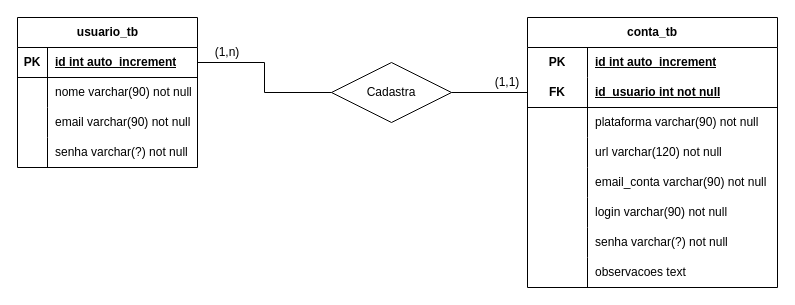
The draw.io diagram doc/der.drawio in Samuelsn28/Jerico, before the edit. Source tidied: cells renumbered, new cells numbered last; positions are measured from the earlier drawing's top-left corner, leaving out a move shared by most shapes. Both pictures are drawn from the tidied source at 100%, with x=0, y=0 at pixel (17, 17).
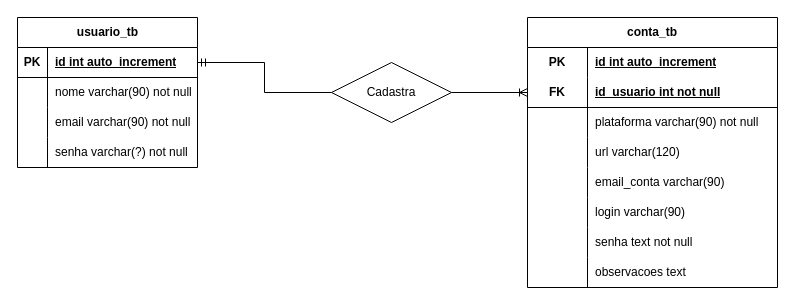
After the change.

Commit message:
Corrigindo formatação

The change refers to these unchanged cells:
```xml
<mxCell id="3" style="shape=tableRow;horizontal=0;startSize=0;swimlaneHead=0;swimlaneBody=0;fillColor=none;points=[[0,0.5],[1,0.5]];portConstraint=eastwest;top=0;left=0;right=0;bottom=1;" parent="2" vertex="1">
  <mxGeometry y="30" width="180" height="30" as="geometry" />
</mxCell>
<mxCell id="19" style="shape=tableRow;horizontal=0;startSize=0;swimlaneHead=0;swimlaneBody=0;fillColor=none;points=[[0,0.5],[1,0.5]];portConstraint=eastwest;top=0;left=0;right=0;bottom=1;html=1;" parent="15" vertex="1">
  <mxGeometry y="60" width="250" height="30" as="geometry" />
</mxCell>
<mxCell id="25" style="shape=tableRow;horizontal=0;startSize=0;swimlaneHead=0;swimlaneBody=0;fillColor=none;top=0;left=0;right=0;bottom=0;html=1;" parent="15" vertex="1">
  <mxGeometry y="120" width="250" height="30" as="geometry" />
</mxCell>
<mxCell id="28" style="shape=tableRow;horizontal=0;startSize=0;swimlaneHead=0;swimlaneBody=0;fillColor=none;top=0;left=0;right=0;bottom=0;html=1;" parent="15" vertex="1">
  <mxGeometry y="150" width="250" height="30" as="geometry" />
</mxCell>
<mxCell id="31" style="shape=tableRow;horizontal=0;startSize=0;swimlaneHead=0;swimlaneBody=0;fillColor=none;top=0;left=0;right=0;bottom=0;html=1;" parent="15" vertex="1">
  <mxGeometry y="180" width="250" height="30" as="geometry" />
</mxCell>
<mxCell id="34" style="shape=tableRow;horizontal=0;startSize=0;swimlaneHead=0;swimlaneBody=0;fillColor=none;top=0;left=0;right=0;bottom=0;html=1;" parent="15" vertex="1">
  <mxGeometry y="210" width="250" height="30" as="geometry" />
</mxCell>
<mxCell id="41" value="Cadastra" style="shape=rhombus;perimeter=rhombusPerimeter;whiteSpace=wrap;html=1;align=center;" parent="1" vertex="1">
  <mxGeometry x="314" y="45" width="120" height="60" as="geometry" />
</mxCell>
```

Diff of the diagram source:
```diff
@@
-    <mxCell id="27" value="url varchar(120) not null" style="shape=partialRectangle;fillColor=none;top=0;left=0;bottom=0;right=0;align=left;spacingLeft=6;overflow=hidden;html=1;whiteSpace=wrap;" parent="25" vertex="1">
+    <mxCell id="27" value="url varchar(120)" style="shape=partialRectangle;fillColor=none;top=0;left=0;bottom=0;right=0;align=left;spacingLeft=6;overflow=hidden;html=1;whiteSpace=wrap;" parent="25" vertex="1">
       <mxGeometry x="60" width="190" height="30" as="geometry" />
     </mxCell>
@@
-    <mxCell id="30" value="email_conta varchar(90) not null" style="shape=partialRectangle;fillColor=none;top=0;left=0;bottom=0;right=0;align=left;spacingLeft=6;overflow=hidden;html=1;whiteSpace=wrap;" parent="28" vertex="1">
+    <mxCell id="30" value="email_conta varchar(90)" style="shape=partialRectangle;fillColor=none;top=0;left=0;bottom=0;right=0;align=left;spacingLeft=6;overflow=hidden;html=1;whiteSpace=wrap;" parent="28" vertex="1">
       <mxGeometry x="60" width="190" height="30" as="geometry" />
     </mxCell>
@@
-    <mxCell id="33" value="login varchar(90) not null" style="shape=partialRectangle;fillColor=none;top=0;left=0;bottom=0;right=0;align=left;spacingLeft=6;overflow=hidden;html=1;whiteSpace=wrap;" parent="31" vertex="1">
+    <mxCell id="33" value="login varchar(90)" style="shape=partialRectangle;fillColor=none;top=0;left=0;bottom=0;right=0;align=left;spacingLeft=6;overflow=hidden;html=1;whiteSpace=wrap;" parent="31" vertex="1">
       <mxGeometry x="60" width="190" height="30" as="geometry" />
     </mxCell>
@@
-    <mxCell id="36" value="senha varchar(?) not null" style="shape=partialRectangle;fillColor=none;top=0;left=0;bottom=0;right=0;align=left;spacingLeft=6;overflow=hidden;html=1;whiteSpace=wrap;" parent="34" vertex="1">
+    <mxCell id="36" value="senha text not null" style="shape=partialRectangle;fillColor=none;top=0;left=0;bottom=0;right=0;align=left;spacingLeft=6;overflow=hidden;html=1;whiteSpace=wrap;" parent="34" vertex="1">
       <mxGeometry x="60" width="190" height="30" as="geometry" />
     </mxCell>
@@
-    <mxCell id="40" style="edgeStyle=orthogonalEdgeStyle;rounded=0;jettySize=auto;html=1;exitX=1;exitY=0.5;exitDx=0;exitDy=0;entryX=0;entryY=0.5;entryDx=0;entryDy=0;endArrow=none;endFill=0;" parent="1" edge="1" source="41" target="19">
+    <mxCell id="40" style="edgeStyle=orthogonalEdgeStyle;rounded=0;jettySize=auto;html=1;exitX=1;exitY=0.5;exitDx=0;exitDy=0;entryX=0;entryY=0.5;entryDx=0;entryDy=0;endArrow=ERoneToMany;endFill=0;" parent="1" edge="1" source="41" target="19">
       <mxGeometry relative="1" as="geometry" />
     </mxCell>
@@
-    <mxCell id="42" style="edgeStyle=orthogonalEdgeStyle;rounded=0;jettySize=auto;html=1;entryX=0;entryY=0.5;entryDx=0;entryDy=0;endArrow=none;endFill=0;" parent="1" edge="1" source="3" target="41">
+    <mxCell id="42" style="edgeStyle=orthogonalEdgeStyle;rounded=0;jettySize=auto;html=1;entryX=0;entryY=0.5;entryDx=0;entryDy=0;endArrow=none;endFill=0;startArrow=ERmandOne;startFill=0;" parent="1" edge="1" source="3" target="41">
       <mxGeometry relative="1" as="geometry" />
     </mxCell>
-    <mxCell id="43" value="(1,n)" style="text;html=1;whiteSpace=wrap;strokeColor=none;fillColor=none;align=center;verticalAlign=middle;rounded=0;" parent="1" vertex="1">
-      <mxGeometry x="180" y="20" width="60" height="30" as="geometry" />
-    </mxCell>
-    <mxCell id="44" value="(1,1)" style="text;html=1;whiteSpace=wrap;strokeColor=none;fillColor=none;align=center;verticalAlign=middle;rounded=0;" parent="1" vertex="1">
-      <mxGeometry x="460" y="50" width="60" height="30" as="geometry" />
-    </mxCell>
```
